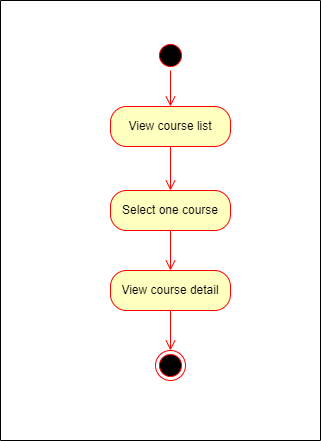
This is Materials/Activity Diagrams/AD_View Course Detail.png from iprosenjitp/Tech-School, a draw.io export, as it was before one commit. Source tidied: cells renumbered, new cells last; positions are measured from the earlier drawing's top-left corner, leaving out a move shared by most shapes. Its diagram source:
```xml
<mxGraphModel background="#ffffff">
  <root>
    <mxCell id="0" />
    <mxCell id="1" parent="0" />
    <mxCell id="2" style="ellipse;html=1;shape=startState;fillColor=#000000;strokeColor=#ff0000;" parent="1" vertex="1">
      <mxGeometry x="155" y="40" width="30" height="30" as="geometry" />
    </mxCell>
    <mxCell id="3" style="edgeStyle=orthogonalEdgeStyle;html=1;verticalAlign=bottom;endArrow=open;endSize=8;strokeColor=#ff0000;rounded=0;entryX=0.5;entryY=0;entryDx=0;entryDy=0;" parent="1" edge="1" source="2" target="4">
      <mxGeometry relative="1" as="geometry" />
    </mxCell>
    <mxCell id="4" value="View course list" style="rounded=1;whiteSpace=wrap;html=1;arcSize=40;fontColor=#000000;fillColor=#ffffc0;strokeColor=#ff0000;" parent="1" vertex="1">
      <mxGeometry x="110" y="106" width="120" height="40" as="geometry" />
    </mxCell>
    <mxCell id="5" style="edgeStyle=orthogonalEdgeStyle;html=1;verticalAlign=bottom;endArrow=open;endSize=8;strokeColor=#ff0000;rounded=0;entryX=0.5;entryY=0;entryDx=0;entryDy=0;" parent="1" edge="1" source="4" target="7">
      <mxGeometry relative="1" as="geometry" />
    </mxCell>
    <mxCell id="6" style="swimlane;startSize=0;" parent="1" vertex="1">
      <mxGeometry width="320" height="440" as="geometry" />
    </mxCell>
    <mxCell id="7" value="Select one course" style="rounded=1;whiteSpace=wrap;html=1;arcSize=40;fontColor=#000000;fillColor=#ffffc0;strokeColor=#ff0000;" parent="6" vertex="1">
      <mxGeometry x="110" y="190" width="120" height="40" as="geometry" />
    </mxCell>
    <mxCell id="8" value="View course detail" style="rounded=1;whiteSpace=wrap;html=1;arcSize=40;fontColor=#000000;fillColor=#ffffc0;strokeColor=#ff0000;" parent="6" vertex="1">
      <mxGeometry x="110" y="270" width="120" height="40" as="geometry" />
    </mxCell>
    <mxCell id="9" style="edgeStyle=orthogonalEdgeStyle;html=1;verticalAlign=bottom;endArrow=open;endSize=8;strokeColor=#ff0000;rounded=0;entryX=0.5;entryY=0;entryDx=0;entryDy=0;" parent="6" edge="1" source="7" target="8">
      <mxGeometry relative="1" as="geometry" />
    </mxCell>
    <mxCell id="10" style="ellipse;html=1;shape=endState;fillColor=#000000;strokeColor=#ff0000;" parent="6" vertex="1">
      <mxGeometry x="155" y="350" width="30" height="30" as="geometry" />
    </mxCell>
    <mxCell id="11" style="edgeStyle=orthogonalEdgeStyle;rounded=0;jettySize=auto;html=1;exitX=0.5;exitY=1;exitDx=0;exitDy=0;entryX=0.5;entryY=0;entryDx=0;entryDy=0;endArrow=open;endFill=0;endSize=8;strokeColor=#FF0000;" parent="6" edge="1" source="8" target="10">
      <mxGeometry relative="1" as="geometry" />
    </mxCell>
  </root>
</mxGraphModel>
```
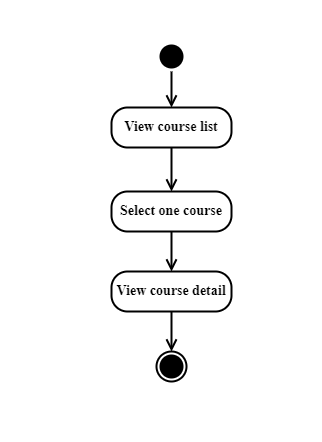
The same file after the commit.

Change to the diagram source:
```diff
@@ -2,34 +2,34 @@
   <root>
     <mxCell id="0" />
     <mxCell id="1" parent="0" />
-    <mxCell id="2" style="ellipse;html=1;shape=startState;fillColor=#000000;strokeColor=#ff0000;" parent="1" vertex="1">
+    <mxCell id="2" style="ellipse;html=1;shape=startState;fontSize=14;fontStyle=1;strokeWidth=2;fillColor=#000000;fontFamily=Times New Roman;" parent="1" vertex="1">
       <mxGeometry x="155" y="40" width="30" height="30" as="geometry" />
     </mxCell>
-    <mxCell id="3" style="edgeStyle=orthogonalEdgeStyle;html=1;verticalAlign=bottom;endArrow=open;endSize=8;strokeColor=#ff0000;rounded=0;entryX=0.5;entryY=0;entryDx=0;entryDy=0;" parent="1" edge="1" source="2" target="4">
+    <mxCell id="3" style="edgeStyle=orthogonalEdgeStyle;html=1;verticalAlign=bottom;endArrow=open;endSize=8;rounded=0;entryX=0.5;entryY=0;entryDx=0;entryDy=0;fontSize=14;fontStyle=1;strokeWidth=2;fontFamily=Times New Roman;" parent="1" edge="1" source="2" target="4">
       <mxGeometry relative="1" as="geometry" />
     </mxCell>
-    <mxCell id="4" value="View course list" style="rounded=1;whiteSpace=wrap;html=1;arcSize=40;fontColor=#000000;fillColor=#ffffc0;strokeColor=#ff0000;" parent="1" vertex="1">
+    <mxCell id="4" value="View course list" style="rounded=1;whiteSpace=wrap;html=1;arcSize=40;fontSize=14;fontStyle=1;strokeWidth=2;fontFamily=Times New Roman;" parent="1" vertex="1">
       <mxGeometry x="110" y="106" width="120" height="40" as="geometry" />
     </mxCell>
-    <mxCell id="5" style="edgeStyle=orthogonalEdgeStyle;html=1;verticalAlign=bottom;endArrow=open;endSize=8;strokeColor=#ff0000;rounded=0;entryX=0.5;entryY=0;entryDx=0;entryDy=0;" parent="1" edge="1" source="4" target="7">
+    <mxCell id="5" style="edgeStyle=orthogonalEdgeStyle;html=1;verticalAlign=bottom;endArrow=open;endSize=8;rounded=0;entryX=0.5;entryY=0;entryDx=0;entryDy=0;fontSize=14;fontStyle=1;strokeWidth=2;fontFamily=Times New Roman;" parent="1" edge="1" source="4" target="7">
       <mxGeometry relative="1" as="geometry" />
     </mxCell>
-    <mxCell id="6" style="swimlane;startSize=0;" parent="1" vertex="1">
+    <mxCell id="6" style="swimlane;startSize=0;fontSize=14;fontStyle=1;strokeWidth=2;strokeColor=#FFFFFF;fontFamily=Times New Roman;" parent="1" vertex="1">
       <mxGeometry width="320" height="440" as="geometry" />
     </mxCell>
-    <mxCell id="7" value="Select one course" style="rounded=1;whiteSpace=wrap;html=1;arcSize=40;fontColor=#000000;fillColor=#ffffc0;strokeColor=#ff0000;" parent="6" vertex="1">
+    <mxCell id="7" value="Select one course" style="rounded=1;whiteSpace=wrap;html=1;arcSize=40;fontSize=14;fontStyle=1;strokeWidth=2;fontFamily=Times New Roman;" parent="6" vertex="1">
       <mxGeometry x="110" y="190" width="120" height="40" as="geometry" />
     </mxCell>
-    <mxCell id="8" value="View course detail" style="rounded=1;whiteSpace=wrap;html=1;arcSize=40;fontColor=#000000;fillColor=#ffffc0;strokeColor=#ff0000;" parent="6" vertex="1">
+    <mxCell id="8" value="View course detail" style="rounded=1;whiteSpace=wrap;html=1;arcSize=40;fontSize=14;fontStyle=1;strokeWidth=2;fontFamily=Times New Roman;" parent="6" vertex="1">
       <mxGeometry x="110" y="270" width="120" height="40" as="geometry" />
     </mxCell>
-    <mxCell id="9" style="edgeStyle=orthogonalEdgeStyle;html=1;verticalAlign=bottom;endArrow=open;endSize=8;strokeColor=#ff0000;rounded=0;entryX=0.5;entryY=0;entryDx=0;entryDy=0;" parent="6" edge="1" source="7" target="8">
+    <mxCell id="9" style="edgeStyle=orthogonalEdgeStyle;html=1;verticalAlign=bottom;endArrow=open;endSize=8;rounded=0;entryX=0.5;entryY=0;entryDx=0;entryDy=0;fontSize=14;fontStyle=1;strokeWidth=2;fontFamily=Times New Roman;" parent="6" edge="1" source="7" target="8">
       <mxGeometry relative="1" as="geometry" />
     </mxCell>
-    <mxCell id="10" style="ellipse;html=1;shape=endState;fillColor=#000000;strokeColor=#ff0000;" parent="6" vertex="1">
+    <mxCell id="10" style="ellipse;html=1;shape=endState;fontSize=14;fontStyle=1;strokeWidth=2;fillColor=#000000;fontFamily=Times New Roman;" parent="6" vertex="1">
       <mxGeometry x="155" y="350" width="30" height="30" as="geometry" />
     </mxCell>
-    <mxCell id="11" style="edgeStyle=orthogonalEdgeStyle;rounded=0;jettySize=auto;html=1;exitX=0.5;exitY=1;exitDx=0;exitDy=0;entryX=0.5;entryY=0;entryDx=0;entryDy=0;endArrow=open;endFill=0;endSize=8;strokeColor=#FF0000;" parent="6" edge="1" source="8" target="10">
+    <mxCell id="11" style="edgeStyle=orthogonalEdgeStyle;rounded=0;jettySize=auto;html=1;exitX=0.5;exitY=1;exitDx=0;exitDy=0;entryX=0.5;entryY=0;entryDx=0;entryDy=0;endArrow=open;endFill=0;endSize=8;fontSize=14;fontStyle=1;strokeWidth=2;fontFamily=Times New Roman;" parent="6" edge="1" source="8" target="10">
       <mxGeometry relative="1" as="geometry" />
     </mxCell>
   </root>
```
